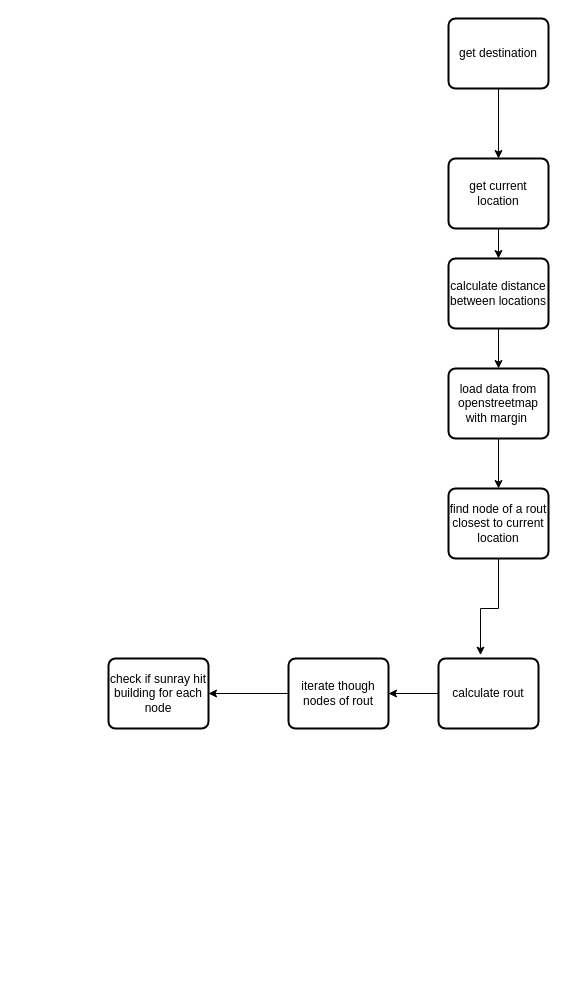
Earlier version of the draw.io diagram Pojekt Ablaufdiagramm.drawio (IP2312/shadowwalker). Source tidied: cells renumbered, new cells numbered last; positions are measured from the earlier drawing's top-left corner, leaving out a move shared by most shapes. Both pictures are drawn from the tidied source at 100%, with x=0, y=0 at pixel (108, 18).
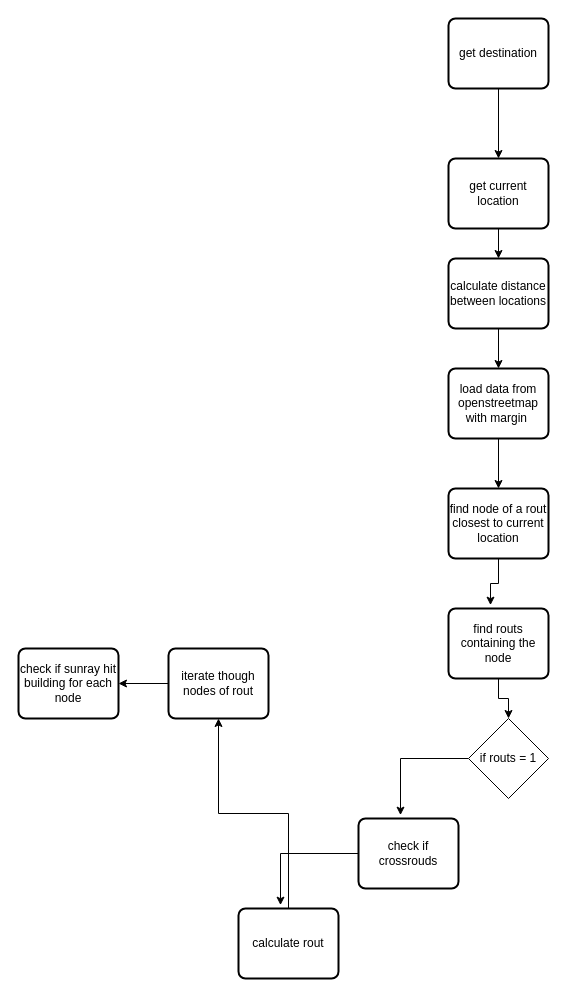
The same diagram, later.

Commit message:
finde routs

The change refers to these unchanged cells:
```xml
<mxCell id="10" value="find node of a rout closest to current location" style="rounded=1;whiteSpace=wrap;html=1;absoluteArcSize=1;arcSize=14;strokeWidth=2;" parent="1" vertex="1">
  <mxGeometry x="340" y="470" width="100" height="70" as="geometry" />
</mxCell>
```

The edit, as a diff of the source:
```diff
@@
     <mxCell id="12" value="calculate rout" style="rounded=1;whiteSpace=wrap;html=1;absoluteArcSize=1;arcSize=14;strokeWidth=2;" parent="1" vertex="1">
-      <mxGeometry x="330" y="640" width="100" height="70" as="geometry" />
+      <mxGeometry x="130" y="890" width="100" height="70" as="geometry" />
     </mxCell>
-    <mxCell id="13" style="edgeStyle=orthogonalEdgeStyle;rounded=0;jettySize=auto;html=1;entryX=0.42;entryY=-0.048;entryDx=0;entryDy=0;entryPerimeter=0;" parent="1" edge="1" source="10" target="12">
+    <mxCell id="13" style="edgeStyle=orthogonalEdgeStyle;rounded=0;jettySize=auto;html=1;entryX=0.42;entryY=-0.048;entryDx=0;entryDy=0;entryPerimeter=0;" parent="1" edge="1" source="18" target="12">
       <mxGeometry relative="1" as="geometry" />
     </mxCell>
@@
     <mxCell id="15" value="iterate though nodes of rout" style="rounded=1;whiteSpace=wrap;html=1;absoluteArcSize=1;arcSize=14;strokeWidth=2;" parent="1" vertex="1">
-      <mxGeometry x="180" y="640" width="100" height="70" as="geometry" />
+      <mxGeometry x="60" y="630" width="100" height="70" as="geometry" />
     </mxCell>
     <mxCell id="16" value="check if sunray hit building for each node" style="rounded=1;whiteSpace=wrap;html=1;absoluteArcSize=1;arcSize=14;strokeWidth=2;" parent="1" vertex="1">
-      <mxGeometry y="640" width="100" height="70" as="geometry" />
+      <mxGeometry x="-90" y="630" width="100" height="70" as="geometry" />
     </mxCell>
+    <mxCell id="17" style="edgeStyle=orthogonalEdgeStyle;rounded=0;jettySize=auto;html=1;entryX=0.42;entryY=-0.048;entryDx=0;entryDy=0;entryPerimeter=0;" parent="1" edge="1" source="22" target="18">
+      <mxGeometry relative="1" as="geometry" />
+    </mxCell>
+    <mxCell id="18" value="check if crossrouds" style="rounded=1;whiteSpace=wrap;html=1;absoluteArcSize=1;arcSize=14;strokeWidth=2;" parent="1" vertex="1">
+      <mxGeometry x="250" y="800" width="100" height="70" as="geometry" />
+    </mxCell>
+    <mxCell id="19" style="edgeStyle=orthogonalEdgeStyle;rounded=0;jettySize=auto;html=1;entryX=0.42;entryY=-0.048;entryDx=0;entryDy=0;entryPerimeter=0;" parent="1" edge="1" source="10" target="21">
+      <mxGeometry relative="1" as="geometry" />
+    </mxCell>
+    <mxCell id="20" style="edgeStyle=orthogonalEdgeStyle;rounded=0;jettySize=auto;html=1;entryX=0.5;entryY=0;entryDx=0;entryDy=0;" parent="1" edge="1" source="21" target="22">
+      <mxGeometry relative="1" as="geometry" />
+    </mxCell>
+    <mxCell id="21" value="find routs containing the node" style="rounded=1;whiteSpace=wrap;html=1;absoluteArcSize=1;arcSize=14;strokeWidth=2;" parent="1" vertex="1">
+      <mxGeometry x="340" y="590" width="100" height="70" as="geometry" />
+    </mxCell>
+    <mxCell id="22" value="if routs = 1" style="rhombus;whiteSpace=wrap;html=1;" parent="1" vertex="1">
+      <mxGeometry x="360" y="700" width="80" height="80" as="geometry" />
+    </mxCell>
```
